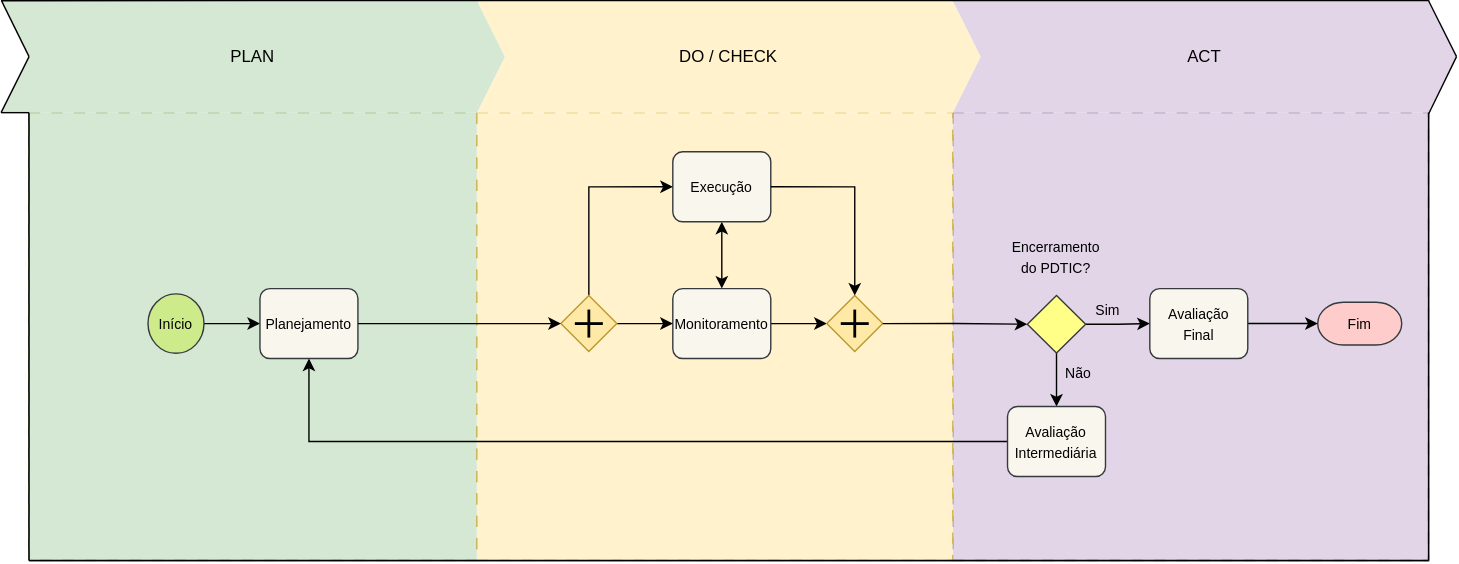
Above: fluxo_acompanhamento.drawio.svg in Bariand/diagramas-gestao-ufpel (draw.io), before the change. Source tidied: cells renumbered, new cells last; positions are measured from the earlier drawing's top-left corner, leaving out a move shared by most shapes.
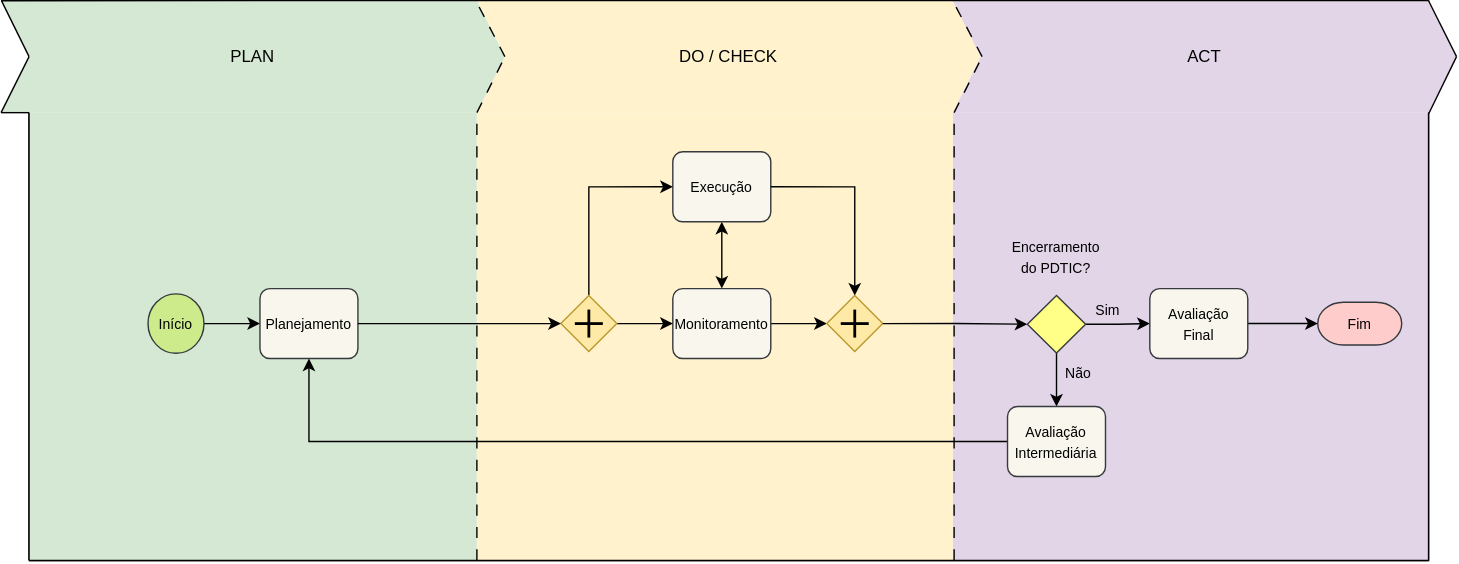
The same file after the commit.

The edit, as a diff of the source:
```diff
@@ -5,13 +5,13 @@
     <mxCell id="2" style="swimlane;html=1;startSize=0;horizontal=0;fontFamily=Verdana;fontSize=7;strokeWidth=1;fillColor=light-dark(#FFFFFF,#FFFFFF);strokeColor=light-dark(#000000,#000000);swimlaneLine=1;shadow=0;fontColor=light-dark(#000000,#000000);direction=east;" parent="1" vertex="1">
       <mxGeometry x="20" width="1000" height="400" as="geometry" />
     </mxCell>
-    <mxCell id="3" style="rounded=0;whiteSpace=wrap;html=1;fillColor=#e1d5e7;dashed=1;dashPattern=8 8;strokeColor=#9673a6;" parent="2" vertex="1">
+    <mxCell id="3" style="rounded=0;whiteSpace=wrap;html=1;fillColor=#e1d5e7;dashed=1;dashPattern=8 8;strokeColor=none;" parent="2" vertex="1">
       <mxGeometry x="660" y="80" width="340" height="320" as="geometry" />
     </mxCell>
-    <mxCell id="4" style="rounded=0;whiteSpace=wrap;html=1;fillColor=#d5e8d4;dashed=1;dashPattern=8 8;strokeColor=#82b366;" parent="2" vertex="1">
+    <mxCell id="4" style="rounded=0;whiteSpace=wrap;html=1;fillColor=#d5e8d4;dashed=1;dashPattern=8 8;strokeColor=none;" parent="2" vertex="1">
       <mxGeometry y="80" width="320" height="320" as="geometry" />
     </mxCell>
-    <mxCell id="5" style="rounded=0;whiteSpace=wrap;html=1;fillColor=#fff2cc;dashed=1;dashPattern=8 8;strokeColor=#d6b656;" parent="2" vertex="1">
+    <mxCell id="5" style="rounded=0;whiteSpace=wrap;html=1;fillColor=#fff2cc;dashed=1;dashPattern=8 8;strokeColor=none;" parent="2" vertex="1">
       <mxGeometry x="320" y="80" width="340" height="320" as="geometry" />
     </mxCell>
     <mxCell id="6" style="edgeStyle=orthogonalEdgeStyle;rounded=0;orthogonalLoop=1;jettySize=auto;html=1;exitX=1;exitY=0.5;exitDx=0;exitDy=0;entryX=0;entryY=0.5;entryDx=0;entryDy=0;" parent="2" edge="1">
@@ -148,6 +148,35 @@
         <mxPoint x="-20" as="targetPoint" />
       </mxGeometry>
     </mxCell>
+    <mxCell id="49" style="endArrow=none;dashed=1;html=1;rounded=0;entryX=0;entryY=0;entryDx=0;entryDy=0;dashPattern=8 8;" parent="2" edge="1" target="5">
+      <mxGeometry relative="1" as="geometry">
+        <mxPoint x="320" y="400" as="sourcePoint" />
+      </mxGeometry>
+    </mxCell>
+    <mxCell id="50" style="endArrow=none;dashed=1;html=1;rounded=0;entryX=0;entryY=0.5;entryDx=0;entryDy=0;exitX=0;exitY=0;exitDx=0;exitDy=0;dashPattern=8 8;" parent="2" edge="1" source="5" target="37">
+      <mxGeometry relative="1" as="geometry" />
+    </mxCell>
+    <mxCell id="51" style="endArrow=none;dashed=1;html=1;rounded=0;entryX=-0.002;entryY=0;entryDx=0;entryDy=0;exitX=0;exitY=0.5;exitDx=0;exitDy=0;entryPerimeter=0;dashPattern=8 8;" parent="2" edge="1" source="37" target="37">
+      <mxGeometry relative="1" as="geometry" />
+    </mxCell>
+    <mxCell id="52" style="endArrow=none;dashed=1;html=1;rounded=0;entryX=0;entryY=0;entryDx=0;entryDy=0;dashPattern=8 8;" parent="2" edge="1">
+      <mxGeometry relative="1" as="geometry">
+        <mxPoint x="661" y="400" as="sourcePoint" />
+        <mxPoint x="661" y="80" as="targetPoint" />
+      </mxGeometry>
+    </mxCell>
+    <mxCell id="53" style="endArrow=none;dashed=1;html=1;rounded=0;entryX=0;entryY=0.5;entryDx=0;entryDy=0;exitX=0;exitY=0;exitDx=0;exitDy=0;dashPattern=8 8;" parent="2" edge="1">
+      <mxGeometry relative="1" as="geometry">
+        <mxPoint x="661" y="80" as="sourcePoint" />
+        <mxPoint x="681" y="40" as="targetPoint" />
+      </mxGeometry>
+    </mxCell>
+    <mxCell id="54" style="endArrow=none;dashed=1;html=1;rounded=0;entryX=-0.002;entryY=0;entryDx=0;entryDy=0;exitX=0;exitY=0.5;exitDx=0;exitDy=0;entryPerimeter=0;dashPattern=8 8;" parent="2" edge="1">
+      <mxGeometry relative="1" as="geometry">
+        <mxPoint x="681" y="40" as="sourcePoint" />
+        <mxPoint x="660" as="targetPoint" />
+      </mxGeometry>
+    </mxCell>
     <mxCell id="44" style="endArrow=none;html=1;rounded=0;exitX=0;exitY=1;exitDx=0;exitDy=0;entryX=1;entryY=1;entryDx=0;entryDy=0;" parent="1" edge="1" source="2" target="2">
       <mxGeometry relative="1" as="geometry" />
     </mxCell>
```
